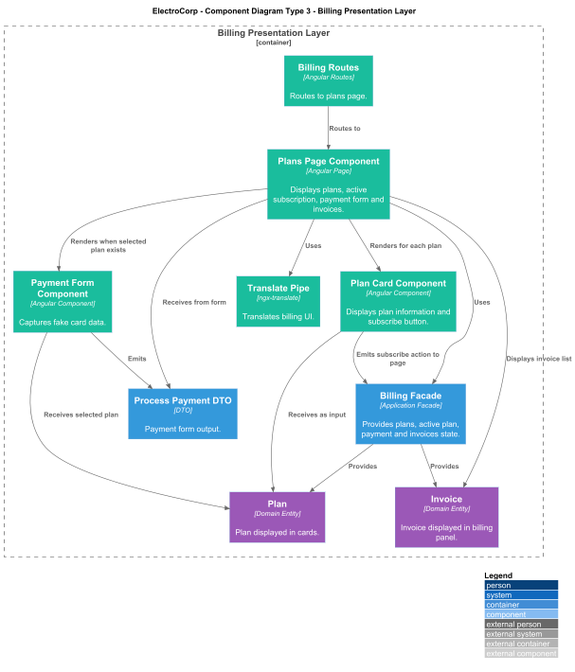
Earlier version of the PlantUML export assets/frontend-presentation-billing-components.png (upc-pre-202610-1asi0729-11896-ECorp/Electrocorp-report). Its diagram source:
```plantuml
@startuml ElectroCorp_Type3_Billing_Presentation
!includeurl https://raw.githubusercontent.com/plantuml-stdlib/C4-PlantUML/master/C4_Component.puml

title ElectroCorp - Component Diagram Type 3 - Billing Presentation Layer

LAYOUT_WITH_LEGEND()

AddComponentTag("presentation", $bgColor="#1ABC9C", $fontColor="#FFFFFF")
AddComponentTag("application", $bgColor="#3498DB", $fontColor="#FFFFFF")
AddComponentTag("domain", $bgColor="#9B59B6", $fontColor="#FFFFFF")

Container_Boundary(billingPresentation, "Billing Presentation Layer") {
  Component(routes, "Billing Routes", "Angular Routes", "Routes to plans page.", $tags="presentation")
  Component(plansPage, "Plans Page Component", "Angular Page", "Displays plans, active subscription, payment form and invoices.", $tags="presentation")
  Component(planCard, "Plan Card Component", "Angular Component", "Displays plan information and subscribe button.", $tags="presentation")
  Component(paymentForm, "Payment Form Component", "Angular Component", "Captures fake card data.", $tags="presentation")
  Component(translatePipe, "Translate Pipe", "ngx-translate", "Translates billing UI.", $tags="presentation")

  Component(billingFacade, "Billing Facade", "Application Facade", "Provides plans, active plan, payment and invoices state.", $tags="application")
  Component(processPaymentDto, "Process Payment DTO", "DTO", "Payment form output.", $tags="application")
  Component(plan, "Plan", "Domain Entity", "Plan displayed in cards.", $tags="domain")
  Component(invoice, "Invoice", "Domain Entity", "Invoice displayed in billing panel.", $tags="domain")
}

Rel(routes, plansPage, "Routes to")
Rel(plansPage, billingFacade, "Uses")
Rel(plansPage, planCard, "Renders for each plan")
Rel(plansPage, paymentForm, "Renders when selected plan exists")
Rel(plansPage, translatePipe, "Uses")
Rel(planCard, plan, "Receives as input")
Rel(planCard, billingFacade, "Emits subscribe action to page")
Rel(paymentForm, plan, "Receives selected plan")
Rel(paymentForm, processPaymentDto, "Emits")
Rel(plansPage, processPaymentDto, "Receives from form")
Rel(plansPage, invoice, "Displays invoice list")
Rel(billingFacade, plan, "Provides")
Rel(billingFacade, invoice, "Provides")

@enduml
```
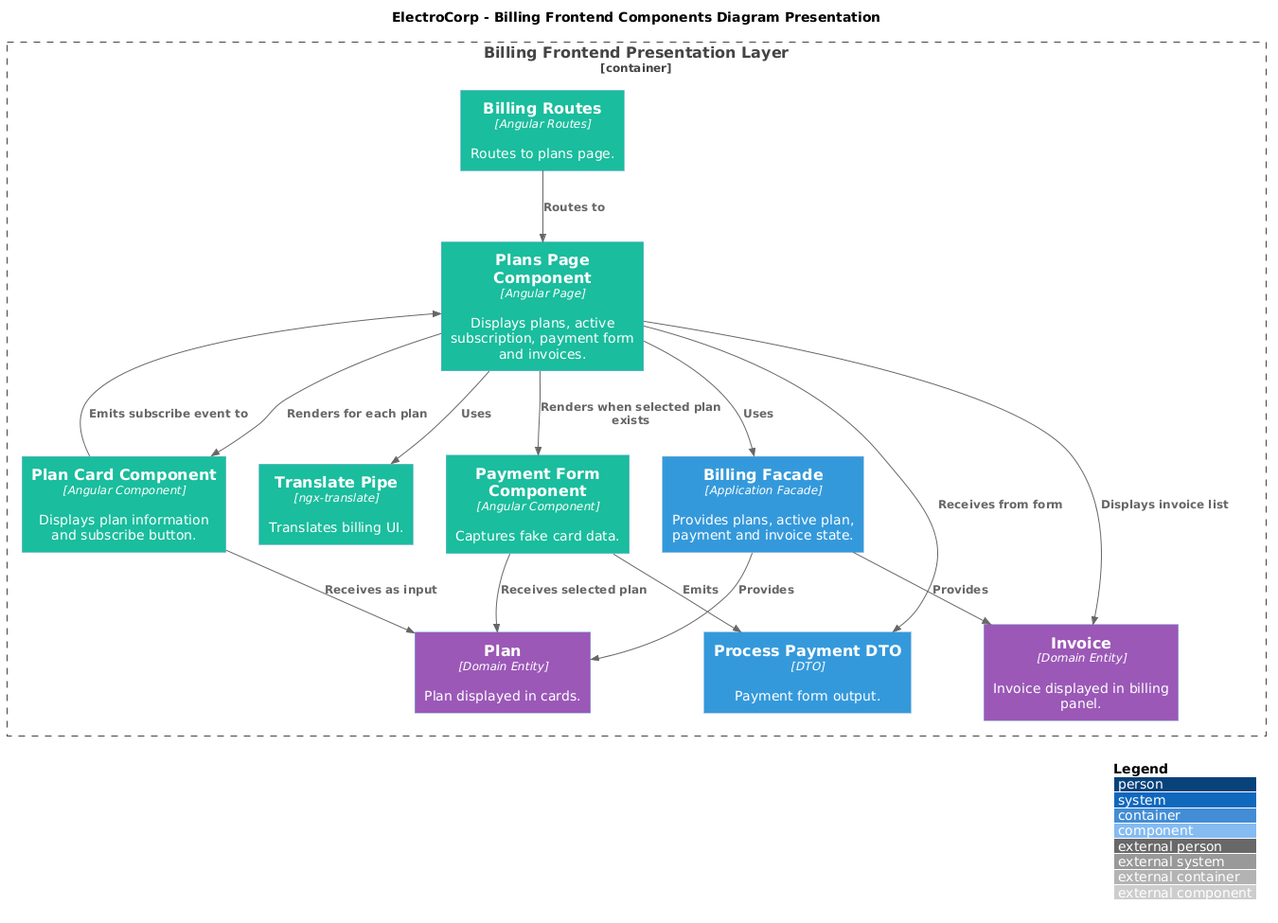
After the commit.

What changed in the source:
```diff
@@ -1,7 +1,7 @@
-@startuml ElectroCorp_Type3_Billing_Presentation
+@startuml
 !includeurl https://raw.githubusercontent.com/plantuml-stdlib/C4-PlantUML/master/C4_Component.puml
 
-title ElectroCorp - Component Diagram Type 3 - Billing Presentation Layer
+title ElectroCorp - Billing Frontend Components Diagram Presentation
 
 LAYOUT_WITH_LEGEND()
 
@@ -9,15 +9,16 @@
 AddComponentTag("application", $bgColor="#3498DB", $fontColor="#FFFFFF")
 AddComponentTag("domain", $bgColor="#9B59B6", $fontColor="#FFFFFF")
 
-Container_Boundary(billingPresentation, "Billing Presentation Layer") {
+Container_Boundary(billingPresentation, "Billing Frontend Presentation Layer") {
   Component(routes, "Billing Routes", "Angular Routes", "Routes to plans page.", $tags="presentation")
   Component(plansPage, "Plans Page Component", "Angular Page", "Displays plans, active subscription, payment form and invoices.", $tags="presentation")
   Component(planCard, "Plan Card Component", "Angular Component", "Displays plan information and subscribe button.", $tags="presentation")
   Component(paymentForm, "Payment Form Component", "Angular Component", "Captures fake card data.", $tags="presentation")
   Component(translatePipe, "Translate Pipe", "ngx-translate", "Translates billing UI.", $tags="presentation")
 
-  Component(billingFacade, "Billing Facade", "Application Facade", "Provides plans, active plan, payment and invoices state.", $tags="application")
+  Component(billingFacade, "Billing Facade", "Application Facade", "Provides plans, active plan, payment and invoice state.", $tags="application")
   Component(processPaymentDto, "Process Payment DTO", "DTO", "Payment form output.", $tags="application")
+
   Component(plan, "Plan", "Domain Entity", "Plan displayed in cards.", $tags="domain")
   Component(invoice, "Invoice", "Domain Entity", "Invoice displayed in billing panel.", $tags="domain")
 }
@@ -28,12 +29,11 @@
 Rel(plansPage, paymentForm, "Renders when selected plan exists")
 Rel(plansPage, translatePipe, "Uses")
 Rel(planCard, plan, "Receives as input")
-Rel(planCard, billingFacade, "Emits subscribe action to page")
+Rel(planCard, plansPage, "Emits subscribe event to")
 Rel(paymentForm, plan, "Receives selected plan")
 Rel(paymentForm, processPaymentDto, "Emits")
 Rel(plansPage, processPaymentDto, "Receives from form")
 Rel(plansPage, invoice, "Displays invoice list")
 Rel(billingFacade, plan, "Provides")
 Rel(billingFacade, invoice, "Provides")
-
 @enduml
```
